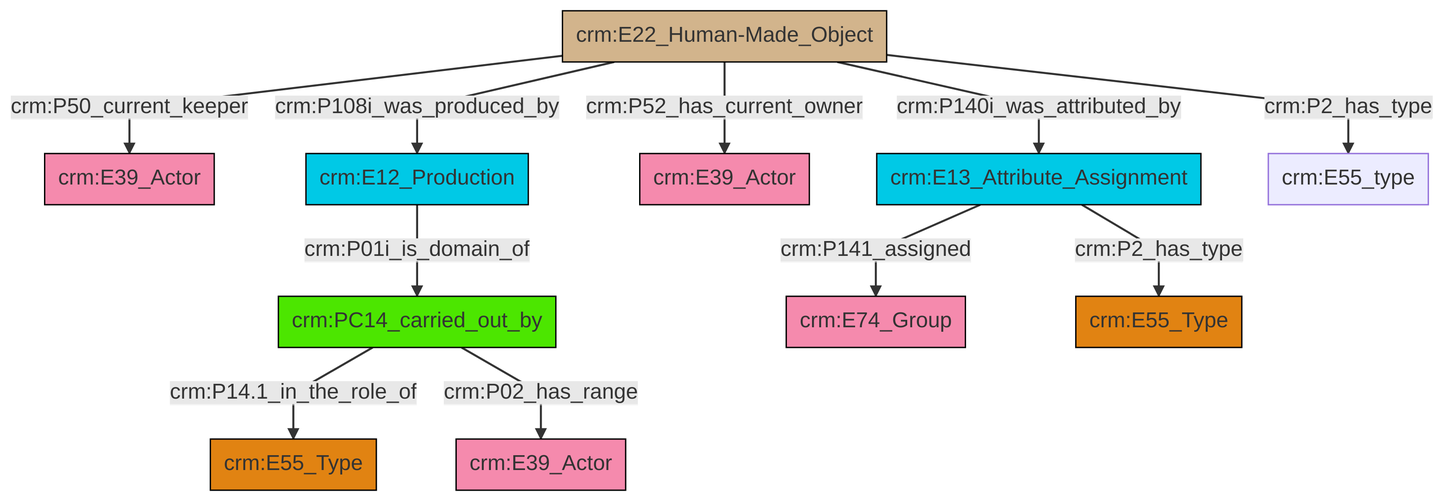
Before: et/artworkCSV/ttl/mmd/png/Artwork_Actor_Relations.png, a diagram exported from Mermaid (swiss-art-research-net/docs.swissartresearch). Its source is kept beside it as et/artworkCSV/ttl/mmd/Artwork_Actor_Relations.ttl.mmd.
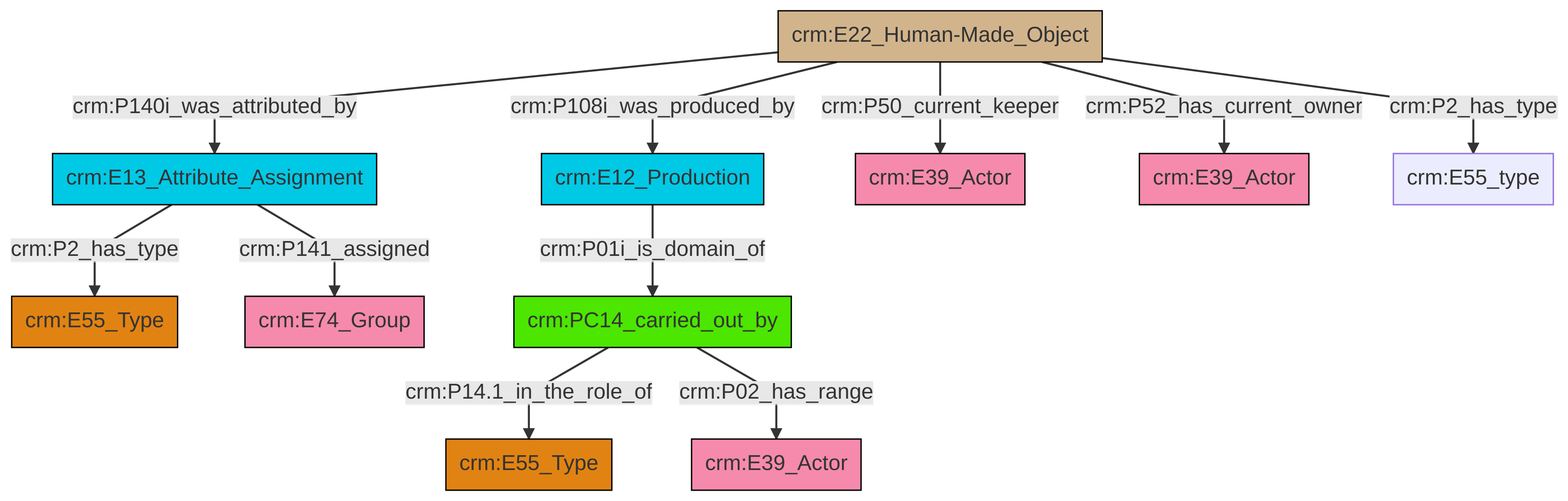
The same diagram one commit later.

Diff of the diagram source:
```diff
@@ -13,13 +13,13 @@
 classDef PC_Classes fill:#4ce600, stroke:#000000;
 classDef Multi fill:#cccccc,stroke:#000000;
 
-0["crm:E22_Human-Made_Object"]:::Physical_Thing -->|crm:P50_current_keeper| 1["crm:E39_Actor"]:::Actor
-0["crm:E22_Human-Made_Object"]:::Physical_Thing -->|crm:P52_has_current_owner| 8["crm:E39_Actor"]:::Actor
-11["crm:E12_Production"]:::Temporal_Entity -->|crm:P01i_is_domain_of| 2["crm:PC14_carried_out_by"]:::PC_Classes
-2["crm:PC14_carried_out_by"]:::PC_Classes -->|crm:P14.1_in_the_role_of| 9["crm:E55_Type"]:::Type
-6["crm:E13_Attribute_Assignment"]:::Temporal_Entity -->|crm:P141_assigned| 16["crm:E74_Group"]:::Actor
-6["crm:E13_Attribute_Assignment"]:::Temporal_Entity -->|crm:P2_has_type| 17["crm:E55_Type"]:::Type
-0["crm:E22_Human-Made_Object"]:::Physical_Thing -->|crm:P108i_was_produced_by| 11["crm:E12_Production"]:::Temporal_Entity
-2["crm:PC14_carried_out_by"]:::PC_Classes -->|crm:P02_has_range| 4["crm:E39_Actor"]:::Actor
-0["crm:E22_Human-Made_Object"]:::Physical_Thing -->|crm:P140i_was_attributed_by| 6["crm:E13_Attribute_Assignment"]:::Temporal_Entity
-0["crm:E22_Human-Made_Object"]:::Physical_Thing -->|crm:P2_has_type| 13["crm:E55_type"]:::Default
+4["crm:E12_Production"]:::Temporal_Entity -->|crm:P01i_is_domain_of| 5["crm:PC14_carried_out_by"]:::PC_Classes
+5["crm:PC14_carried_out_by"]:::PC_Classes -->|crm:P14.1_in_the_role_of| 7["crm:E55_Type"]:::Type
+0["crm:E13_Attribute_Assignment"]:::Temporal_Entity -->|crm:P2_has_type| 2["crm:E55_Type"]:::Type
+12["crm:E22_Human-Made_Object"]:::Physical_Thing -->|crm:P140i_was_attributed_by| 0["crm:E13_Attribute_Assignment"]:::Temporal_Entity
+5["crm:PC14_carried_out_by"]:::PC_Classes -->|crm:P02_has_range| 13["crm:E39_Actor"]:::Actor
+12["crm:E22_Human-Made_Object"]:::Physical_Thing -->|crm:P108i_was_produced_by| 4["crm:E12_Production"]:::Temporal_Entity
+12["crm:E22_Human-Made_Object"]:::Physical_Thing -->|crm:P50_current_keeper| 14["crm:E39_Actor"]:::Actor
+0["crm:E13_Attribute_Assignment"]:::Temporal_Entity -->|crm:P141_assigned| 16["crm:E74_Group"]:::Actor
+12["crm:E22_Human-Made_Object"]:::Physical_Thing -->|crm:P52_has_current_owner| 17["crm:E39_Actor"]:::Actor
+12["crm:E22_Human-Made_Object"]:::Physical_Thing -->|crm:P2_has_type| 9["crm:E55_type"]:::Default
```
